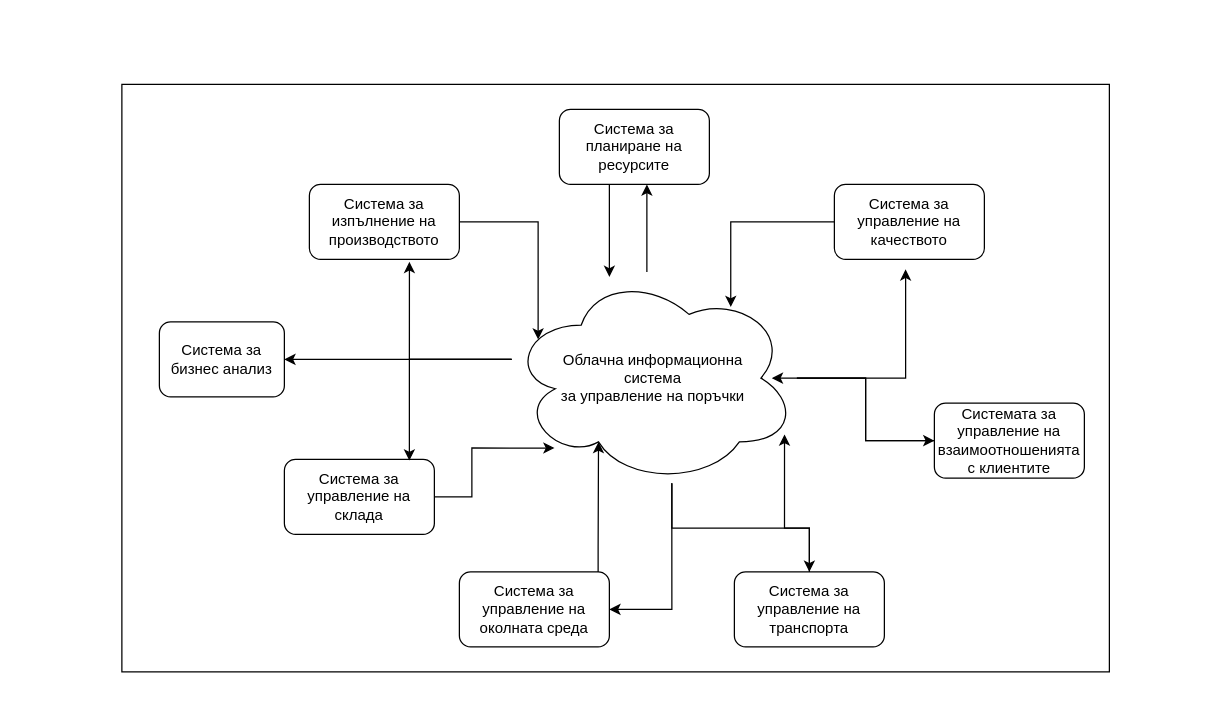
profjordanov/phd keeps this draw.io diagram as Chapter1/PersoSystDiagram.drawio. Above is the earlier version. Source tidied: cells renumbered, new cells numbered last; positions are measured from the earlier drawing's top-left corner, leaving out a move shared by most shapes. Both pictures are drawn from the tidied source at 125%, with x=0, y=0 at pixel (121, 84).
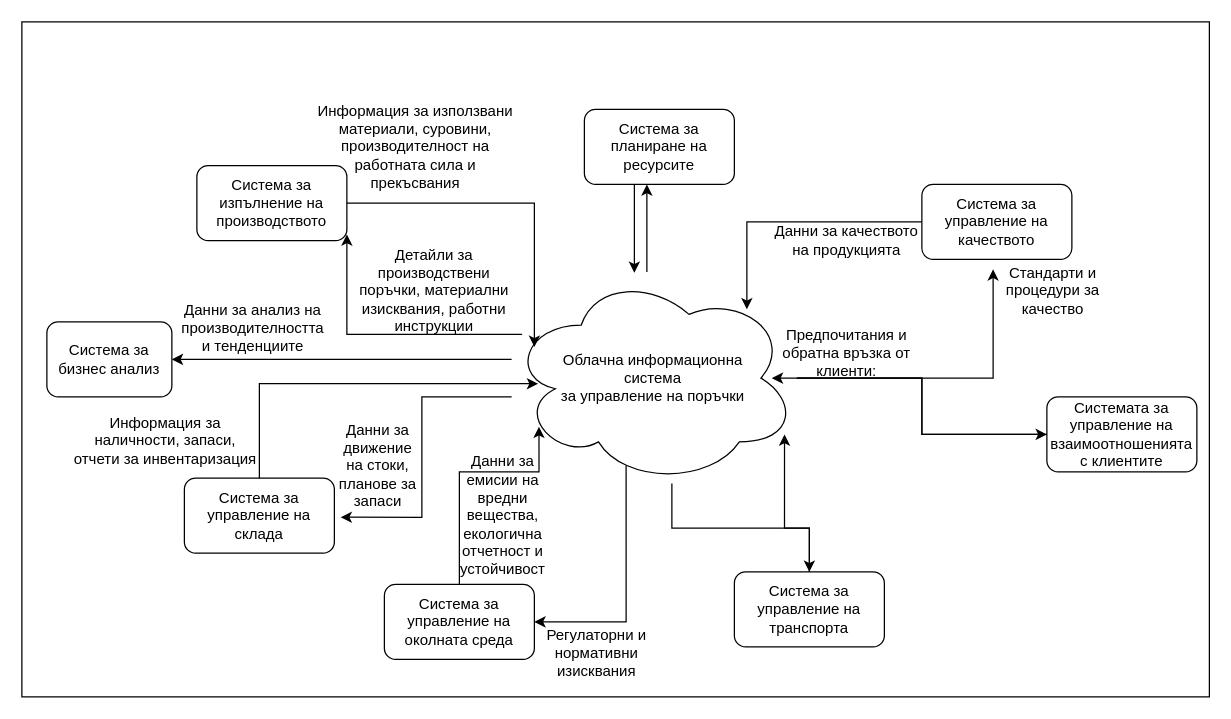
The same diagram, later.

The change refers to these unchanged cells:
```xml
<mxCell id="9" value="Облачна информационна &lt;br&gt;система&lt;br&gt;за управление на поръчки" style="ellipse;shape=cloud;whiteSpace=wrap;html=1;" parent="1" vertex="1">
  <mxGeometry x="310" y="150" width="230" height="170" as="geometry" />
</mxCell>
```

The edit, as a diff of the source:
```diff
@@
     <mxCell id="2" style="rounded=0;whiteSpace=wrap;html=1;" parent="1" vertex="1">
-      <mxGeometry width="790" height="470" as="geometry" />
+      <mxGeometry x="-80" y="-50" width="950" height="540" as="geometry" />
     </mxCell>
     <mxCell id="3" style="edgeStyle=orthogonalEdgeStyle;rounded=0;jettySize=auto;html=1;" parent="1" edge="1" source="9" target="16">
       <mxGeometry relative="1" as="geometry">
         <Array as="points">
-          <mxPoint x="420" y="120" />
-          <mxPoint x="420" y="120" />
+          <mxPoint x="420" y="110" />
+          <mxPoint x="420" y="110" />
         </Array>
       </mxGeometry>
     </mxCell>
-    <mxCell id="4" style="edgeStyle=orthogonalEdgeStyle;rounded=0;jettySize=auto;html=1;entryX=0.667;entryY=1.033;entryDx=0;entryDy=0;entryPerimeter=0;" parent="1" edge="1" source="9" target="14">
-      <mxGeometry relative="1" as="geometry">
-        <Array as="points">
-          <mxPoint x="230" y="220" />
-        </Array>
-      </mxGeometry>
-    </mxCell>
-    <mxCell id="5" style="edgeStyle=orthogonalEdgeStyle;rounded=0;jettySize=auto;html=1;entryX=1;entryY=0.5;entryDx=0;entryDy=0;exitX=0.565;exitY=0.994;exitDx=0;exitDy=0;exitPerimeter=0;" parent="1" edge="1" source="9" target="10">
+    <mxCell id="5" style="edgeStyle=orthogonalEdgeStyle;rounded=0;jettySize=auto;html=1;entryX=1;entryY=0.5;entryDx=0;entryDy=0;exitX=0.406;exitY=0.911;exitDx=0;exitDy=0;exitPerimeter=0;" parent="1" edge="1" source="9" target="10">
       <mxGeometry relative="1" as="geometry" />
     </mxCell>
@@
     <mxCell id="10" value="Система за управление на околната среда" style="rounded=1;whiteSpace=wrap;html=1;" parent="1" vertex="1">
-      <mxGeometry x="270" y="390" width="120" height="60" as="geometry" />
+      <mxGeometry x="210" y="400" width="120" height="60" as="geometry" />
     </mxCell>
@@
     <mxCell id="12" value="Системата за управление на взаимоотношенията с клиентите" style="rounded=1;whiteSpace=wrap;html=1;" parent="1" vertex="1">
-      <mxGeometry x="650" y="255" width="120" height="60" as="geometry" />
+      <mxGeometry x="740" y="250" width="120" height="60" as="geometry" />
     </mxCell>
     <mxCell id="13" value="Система за управление на складa" style="rounded=1;whiteSpace=wrap;html=1;" parent="1" vertex="1">
-      <mxGeometry x="130" y="300" width="120" height="60" as="geometry" />
+      <mxGeometry x="50" y="315" width="120" height="60" as="geometry" />
     </mxCell>
     <mxCell id="14" value="Системa за изпълнение на производството" style="rounded=1;whiteSpace=wrap;html=1;" parent="1" vertex="1">
-      <mxGeometry x="150" y="80" width="120" height="60" as="geometry" />
+      <mxGeometry x="60" y="65" width="120" height="60" as="geometry" />
     </mxCell>
     <mxCell id="15" style="edgeStyle=orthogonalEdgeStyle;rounded=0;jettySize=auto;html=1;" parent="1" edge="1" source="16" target="9">
       <mxGeometry relative="1" as="geometry">
         <Array as="points">
-          <mxPoint x="390" y="120" />
-          <mxPoint x="390" y="120" />
+          <mxPoint x="410" y="110" />
+          <mxPoint x="410" y="110" />
         </Array>
       </mxGeometry>
     </mxCell>
     <mxCell id="16" value="Система за планиране на ресурсите" style="rounded=1;whiteSpace=wrap;html=1;" parent="1" vertex="1">
-      <mxGeometry x="350" y="20" width="120" height="60" as="geometry" />
+      <mxGeometry x="370" y="20" width="120" height="60" as="geometry" />
     </mxCell>
     <mxCell id="17" value="Система за управление на качеството" style="rounded=1;whiteSpace=wrap;html=1;" parent="1" vertex="1">
-      <mxGeometry x="570" y="80" width="120" height="60" as="geometry" />
+      <mxGeometry x="640" y="80" width="120" height="60" as="geometry" />
     </mxCell>
     <mxCell id="18" value="Система за бизнес анализ" style="rounded=1;whiteSpace=wrap;html=1;" parent="1" vertex="1">
-      <mxGeometry x="30" y="190" width="100" height="60" as="geometry" />
+      <mxGeometry x="-60" y="190" width="100" height="60" as="geometry" />
     </mxCell>
-    <mxCell id="19" style="edgeStyle=orthogonalEdgeStyle;rounded=0;jettySize=auto;html=1;entryX=0.1;entryY=0.318;entryDx=0;entryDy=0;entryPerimeter=0;" parent="1" edge="1" source="14" target="9">
-      <mxGeometry relative="1" as="geometry" />
-    </mxCell>
-    <mxCell id="20" style="edgeStyle=orthogonalEdgeStyle;rounded=0;jettySize=auto;html=1;entryX=0.77;entryY=0.165;entryDx=0;entryDy=0;entryPerimeter=0;" parent="1" edge="1" source="17" target="9">
-      <mxGeometry relative="1" as="geometry" />
+    <mxCell id="20" style="edgeStyle=orthogonalEdgeStyle;rounded=0;jettySize=auto;html=1;" parent="1" edge="1" source="17">
+      <mxGeometry relative="1" as="geometry">
+        <mxPoint x="500" y="180" as="targetPoint" />
+        <Array as="points">
+          <mxPoint x="500" y="110" />
+          <mxPoint x="500" y="178" />
+        </Array>
+      </mxGeometry>
     </mxCell>
@@
-    <mxCell id="22" style="edgeStyle=orthogonalEdgeStyle;rounded=0;jettySize=auto;html=1;entryX=0.157;entryY=0.829;entryDx=0;entryDy=0;entryPerimeter=0;" parent="1" edge="1" source="13" target="9">
-      <mxGeometry relative="1" as="geometry" />
-    </mxCell>
-    <mxCell id="23" style="edgeStyle=orthogonalEdgeStyle;rounded=0;jettySize=auto;html=1;entryX=0.31;entryY=0.8;entryDx=0;entryDy=0;entryPerimeter=0;" parent="1" edge="1" source="10" target="9">
-      <mxGeometry relative="1" as="geometry">
-        <Array as="points">
-          <mxPoint x="381" y="370" />
-          <mxPoint x="381" y="370" />
-        </Array>
-      </mxGeometry>
-    </mxCell>
-    <mxCell id="24" style="edgeStyle=orthogonalEdgeStyle;rounded=0;jettySize=auto;html=1;" parent="1" edge="1" source="9">
-      <mxGeometry relative="1" as="geometry">
-        <mxPoint x="230" y="301" as="targetPoint" />
-        <Array as="points">
-          <mxPoint x="230" y="220" />
-          <mxPoint x="230" y="301" />
-        </Array>
-      </mxGeometry>
-    </mxCell>
@@
+    <mxCell id="27" value="Данни за движение на стоки, планове за запаси" style="text;html=1;align=center;verticalAlign=middle;whiteSpace=wrap;rounded=0;" parent="1" vertex="1">
+      <mxGeometry x="170" y="290" width="70" height="30" as="geometry" />
+    </mxCell>
+    <mxCell id="28" value="Детайли за производствени поръчки, материални изисквания, работни инструкции" style="text;html=1;align=center;verticalAlign=middle;whiteSpace=wrap;rounded=0;" parent="1" vertex="1">
+      <mxGeometry x="180" y="150" width="140" height="30" as="geometry" />
+    </mxCell>
+    <mxCell id="19" style="edgeStyle=orthogonalEdgeStyle;rounded=0;jettySize=auto;html=1;entryX=0.087;entryY=0.353;entryDx=0;entryDy=0;entryPerimeter=0;" parent="1" edge="1" source="14" target="9">
+      <mxGeometry relative="1" as="geometry" />
+    </mxCell>
+    <mxCell id="29" style="edgeStyle=orthogonalEdgeStyle;rounded=0;jettySize=auto;html=1;" parent="1" edge="1" source="9">
+      <mxGeometry relative="1" as="geometry">
+        <mxPoint x="180" y="120" as="targetPoint" />
+        <Array as="points">
+          <mxPoint x="180" y="200" />
+          <mxPoint x="180" y="128" />
+        </Array>
+      </mxGeometry>
+    </mxCell>
+    <mxCell id="22" style="edgeStyle=orthogonalEdgeStyle;rounded=0;jettySize=auto;html=1;entryX=0.1;entryY=0.526;entryDx=0;entryDy=0;entryPerimeter=0;exitX=0.5;exitY=0;exitDx=0;exitDy=0;" parent="1" edge="1" source="13" target="9">
+      <mxGeometry relative="1" as="geometry" />
+    </mxCell>
+    <mxCell id="30" style="edgeStyle=orthogonalEdgeStyle;rounded=0;jettySize=auto;html=1;entryX=1.042;entryY=0.521;entryDx=0;entryDy=0;entryPerimeter=0;" parent="1" edge="1" source="9" target="13">
+      <mxGeometry relative="1" as="geometry">
+        <Array as="points">
+          <mxPoint x="240" y="250" />
+          <mxPoint x="240" y="346" />
+        </Array>
+      </mxGeometry>
+    </mxCell>
+    <mxCell id="31" value="Данни за анализ на производителността и тенденциите" style="text;html=1;align=center;verticalAlign=middle;whiteSpace=wrap;rounded=0;" parent="1" vertex="1">
+      <mxGeometry x="70" y="180" width="70" height="30" as="geometry" />
+    </mxCell>
+    <mxCell id="32" value="Информация за наличности, запаси, отчети за инвентаризация" style="text;html=1;align=center;verticalAlign=middle;whiteSpace=wrap;rounded=0;" parent="1" vertex="1">
+      <mxGeometry x="-40" y="270" width="150" height="30" as="geometry" />
+    </mxCell>
+    <mxCell id="33" value="Информация за използвани материали, суровини, производителност на работната сила и прекъсвания" style="text;html=1;align=center;verticalAlign=middle;whiteSpace=wrap;rounded=0;" parent="1" vertex="1">
+      <mxGeometry x="150" y="35" width="170" height="30" as="geometry" />
+    </mxCell>
+    <mxCell id="34" value="Стандарти и процедури за качество" style="text;html=1;align=center;verticalAlign=middle;whiteSpace=wrap;rounded=0;" parent="1" vertex="1">
+      <mxGeometry x="690" y="150" width="110" height="30" as="geometry" />
+    </mxCell>
+    <mxCell id="35" value="Данни за качеството на продукцията" style="text;html=1;align=center;verticalAlign=middle;whiteSpace=wrap;rounded=0;" parent="1" vertex="1">
+      <mxGeometry x="520" y="110" width="120" height="30" as="geometry" />
+    </mxCell>
+    <mxCell id="23" style="edgeStyle=orthogonalEdgeStyle;rounded=0;jettySize=auto;html=1;entryX=0.103;entryY=0.729;entryDx=0;entryDy=0;entryPerimeter=0;" parent="1" edge="1" source="10" target="9">
+      <mxGeometry relative="1" as="geometry">
+        <Array as="points">
+          <mxPoint x="270" y="310" />
+          <mxPoint x="334" y="310" />
+        </Array>
+      </mxGeometry>
+    </mxCell>
+    <mxCell id="36" value="Данни за eмисии на вредни вещества, екологична отчетност и устойчивост" style="text;html=1;align=center;verticalAlign=middle;whiteSpace=wrap;rounded=0;" parent="1" vertex="1">
+      <mxGeometry x="270" y="330" width="70" height="30" as="geometry" />
+    </mxCell>
+    <mxCell id="37" value="Регулаторни и нормативни изисквания" style="text;html=1;align=center;verticalAlign=middle;whiteSpace=wrap;rounded=0;" parent="1" vertex="1">
+      <mxGeometry x="320" y="440" width="120" height="30" as="geometry" />
+    </mxCell>
+    <mxCell id="38" value="Предпочитания и обратна връзка от клиенти:" style="text;html=1;align=center;verticalAlign=middle;whiteSpace=wrap;rounded=0;" parent="1" vertex="1">
+      <mxGeometry x="520" y="200" width="120" height="30" as="geometry" />
+    </mxCell>
```
